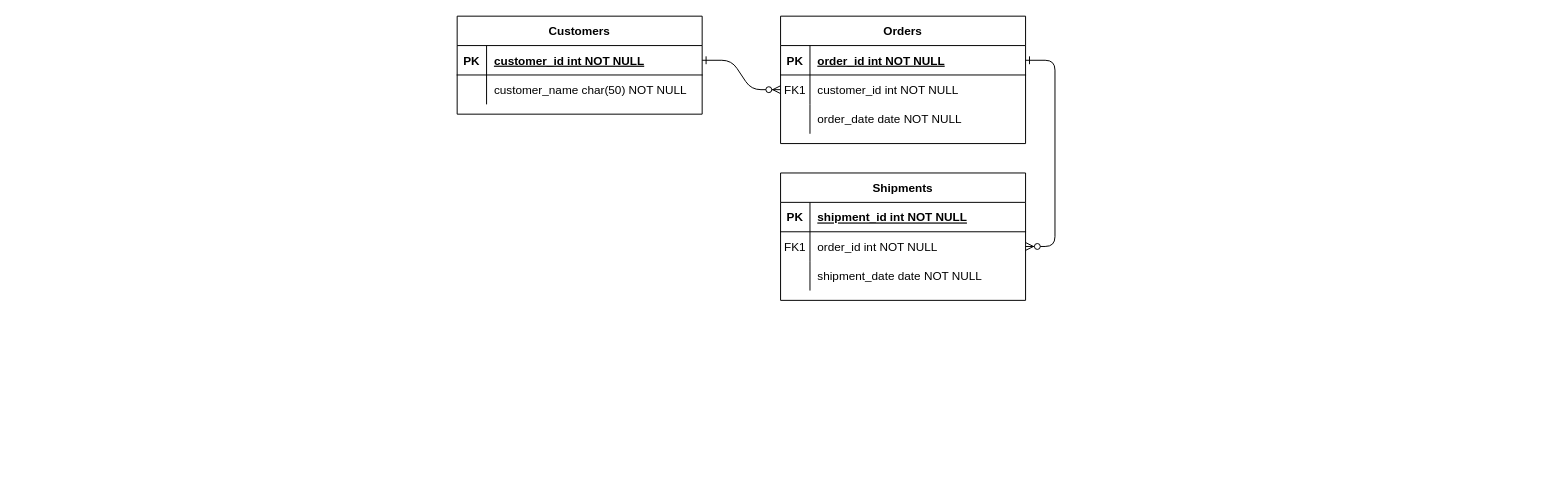
The draw.io diagram erd/Untitled Diagram.drawio in Adamyr159/Sistem-Stok-Barang-Tape-Uli, before the edit. Source tidied: cells renumbered, new cells numbered last; positions are measured from the earlier drawing's top-left corner, leaving out a move shared by most shapes. Both pictures are drawn from the tidied source at 98%, with x=0, y=0 at pixel (457, 16).
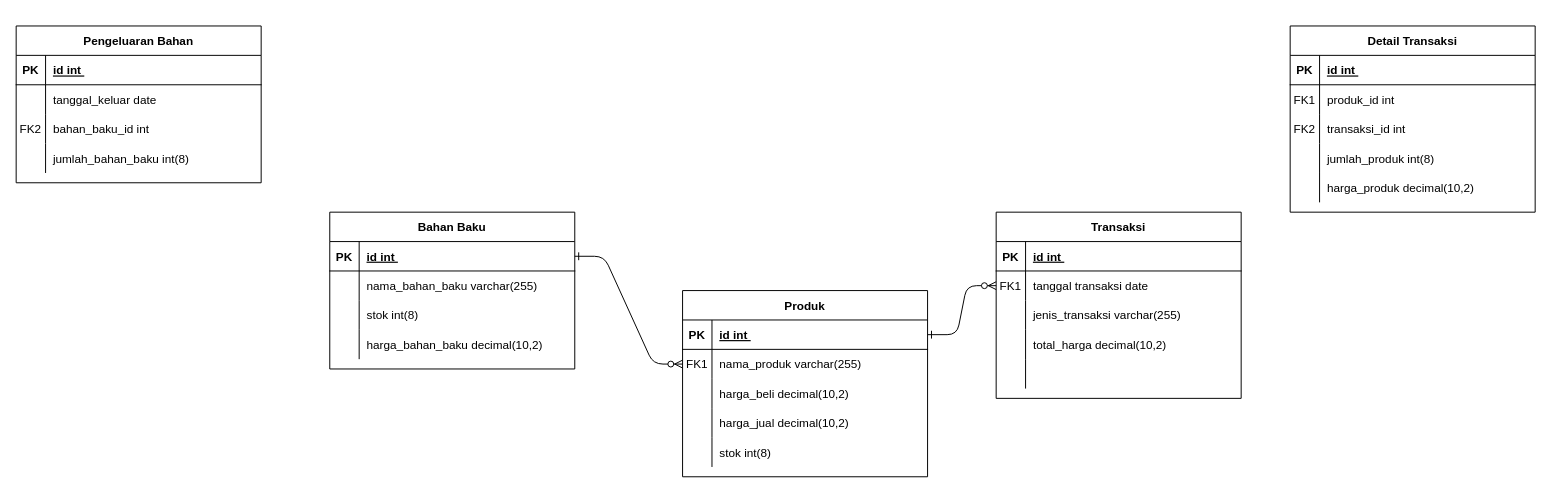
Above is the later version.

The change refers to these unchanged cells:
```xml
<mxCell id="5" style="shape=partialRectangle;fillColor=none;points=[[0,0.5],[1,0.5]];portConstraint=eastwest;top=0;left=0;right=0;bottom=1;" parent="4" vertex="1">
  <mxGeometry y="30" width="250" height="30" as="geometry" />
</mxCell>
<mxCell id="8" style="shape=partialRectangle;fillColor=none;points=[[0,0.5],[1,0.5]];portConstraint=eastwest;top=0;left=0;right=0;bottom=0;" parent="4" vertex="1">
  <mxGeometry y="60" width="250" height="30" as="geometry" />
</mxCell>
<mxCell id="11" style="shape=partialRectangle;fillColor=none;top=0;left=0;right=0;bottom=0;" parent="4" vertex="1">
  <mxGeometry y="90" width="250" height="30" as="geometry" />
</mxCell>
<mxCell id="15" style="shape=partialRectangle;fillColor=none;top=0;left=0;right=0;bottom=1;" parent="14" vertex="1">
  <mxGeometry y="30" width="250" height="30" as="geometry" />
</mxCell>
<mxCell id="18" style="shape=partialRectangle;fillColor=none;points=[[0,0.5],[1,0.5]];portConstraint=eastwest;top=0;left=0;right=0;bottom=0;" parent="14" vertex="1">
  <mxGeometry y="60" width="250" height="30" as="geometry" />
</mxCell>
<mxCell id="25" style="shape=partialRectangle;fillColor=none;points=[[0,0.5],[1,0.5]];portConstraint=eastwest;top=0;left=0;right=0;bottom=1;" parent="24" vertex="1">
  <mxGeometry y="30" width="250" height="30" as="geometry" />
</mxCell>
<mxCell id="28" style="shape=partialRectangle;fillColor=none;top=0;left=0;right=0;bottom=0;" parent="24" vertex="1">
  <mxGeometry y="60" width="250" height="30" as="geometry" />
</mxCell>
```

Change to the diagram source:
```diff
@@
-    <mxCell id="4" value="Orders" style="shape=table;startSize=30;childLayout=tableLayout;rowLines=0;fontStyle=1;align=center;" parent="1" vertex="1">
-      <mxGeometry x="330" width="250" height="130" as="geometry" />
+    <mxCell id="4" value="Produk" style="shape=table;startSize=30;childLayout=tableLayout;rowLines=0;fontStyle=1;align=center;" parent="1" vertex="1">
+      <mxGeometry x="230" y="280" width="250" height="190" as="geometry" />
     </mxCell>
@@
-    <mxCell id="7" value="order_id int NOT NULL " style="shape=partialRectangle;overflow=hidden;fillColor=none;top=0;left=0;bottom=0;right=0;align=left;spacingLeft=6;fontStyle=5;" parent="5" vertex="1">
+    <mxCell id="7" value="id int " style="shape=partialRectangle;overflow=hidden;fillColor=none;top=0;left=0;bottom=0;right=0;align=left;spacingLeft=6;fontStyle=5;" parent="5" vertex="1">
       <mxGeometry x="30" width="220" height="30" as="geometry" />
     </mxCell>
@@
-    <mxCell id="10" value="customer_id int NOT NULL" style="shape=partialRectangle;overflow=hidden;fillColor=none;top=0;left=0;bottom=0;right=0;align=left;spacingLeft=6;" parent="8" vertex="1">
+    <mxCell id="10" value="nama_produk varchar(255)" style="shape=partialRectangle;overflow=hidden;fillColor=none;top=0;left=0;bottom=0;right=0;align=left;spacingLeft=6;" parent="8" vertex="1">
       <mxGeometry x="30" width="220" height="30" as="geometry" />
     </mxCell>
@@
-    <mxCell id="13" value="order_date date NOT NULL" style="shape=partialRectangle;overflow=hidden;fillColor=none;top=0;left=0;bottom=0;right=0;align=left;spacingLeft=6;" parent="11" vertex="1">
+    <mxCell id="13" value="harga_beli decimal(10,2)" style="shape=partialRectangle;overflow=hidden;fillColor=none;top=0;left=0;bottom=0;right=0;align=left;spacingLeft=6;" parent="11" vertex="1">
       <mxGeometry x="30" width="220" height="30" as="geometry" />
     </mxCell>
+    <mxCell id="31" style="shape=partialRectangle;fillColor=none;top=0;left=0;right=0;bottom=0;" parent="4" vertex="1">
+      <mxGeometry y="120" width="250" height="30" as="geometry" />
+    </mxCell>
+    <mxCell id="32" style="shape=partialRectangle;overflow=hidden;fillColor=none;top=0;left=0;bottom=0;right=0;" parent="31" vertex="1">
+      <mxGeometry width="30" height="30" as="geometry" />
+    </mxCell>
+    <mxCell id="33" value="harga_jual decimal(10,2)" style="shape=partialRectangle;overflow=hidden;fillColor=none;top=0;left=0;bottom=0;right=0;align=left;spacingLeft=6;" parent="31" vertex="1">
+      <mxGeometry x="30" width="220" height="30" as="geometry" />
+    </mxCell>
+    <mxCell id="34" style="shape=partialRectangle;fillColor=none;top=0;left=0;right=0;bottom=0;" parent="4" vertex="1">
+      <mxGeometry y="150" width="250" height="30" as="geometry" />
+    </mxCell>
+    <mxCell id="35" style="shape=partialRectangle;overflow=hidden;fillColor=none;top=0;left=0;bottom=0;right=0;" parent="34" vertex="1">
+      <mxGeometry width="30" height="30" as="geometry" />
+    </mxCell>
+    <mxCell id="36" value="stok int(8)" style="shape=partialRectangle;overflow=hidden;fillColor=none;top=0;left=0;bottom=0;right=0;align=left;spacingLeft=6;" parent="34" vertex="1">
+      <mxGeometry x="30" width="220" height="30" as="geometry" />
+    </mxCell>
-    <mxCell id="14" value="Shipments" style="shape=table;startSize=30;childLayout=tableLayout;rowLines=0;fontStyle=1;align=center;" parent="1" vertex="1">
-      <mxGeometry x="330" y="160" width="250" height="130" as="geometry" />
+    <mxCell id="14" value="Transaksi" style="shape=table;startSize=30;childLayout=tableLayout;rowLines=0;fontStyle=1;align=center;" parent="1" vertex="1">
+      <mxGeometry x="550" y="200" width="250" height="190" as="geometry" />
     </mxCell>
@@
-    <mxCell id="17" value="shipment_id int NOT NULL " style="shape=partialRectangle;overflow=hidden;fillColor=none;top=0;left=0;bottom=0;right=0;align=left;spacingLeft=6;fontStyle=5;" parent="15" vertex="1">
+    <mxCell id="17" value="id int " style="shape=partialRectangle;overflow=hidden;fillColor=none;top=0;left=0;bottom=0;right=0;align=left;spacingLeft=6;fontStyle=5;" parent="15" vertex="1">
       <mxGeometry x="30" width="220" height="30" as="geometry" />
     </mxCell>
@@
-    <mxCell id="20" value="order_id int NOT NULL" style="shape=partialRectangle;overflow=hidden;fillColor=none;top=0;left=0;bottom=0;right=0;align=left;spacingLeft=6;" parent="18" vertex="1">
+    <mxCell id="20" value="tanggal transaksi date " style="shape=partialRectangle;overflow=hidden;fillColor=none;top=0;left=0;bottom=0;right=0;align=left;spacingLeft=6;" parent="18" vertex="1">
       <mxGeometry x="30" width="220" height="30" as="geometry" />
     </mxCell>
+    <mxCell id="37" style="shape=partialRectangle;fillColor=none;top=0;left=0;right=0;bottom=0;" parent="14" vertex="1">
+      <mxGeometry y="90" width="250" height="30" as="geometry" />
+    </mxCell>
+    <mxCell id="38" style="shape=partialRectangle;overflow=hidden;fillColor=none;top=0;left=0;bottom=0;right=0;" parent="37" vertex="1">
+      <mxGeometry width="30" height="30" as="geometry" />
+    </mxCell>
+    <mxCell id="39" value="jenis_transaksi varchar(255)" style="shape=partialRectangle;overflow=hidden;fillColor=none;top=0;left=0;bottom=0;right=0;align=left;spacingLeft=6;" parent="37" vertex="1">
+      <mxGeometry x="30" width="220" height="30" as="geometry" />
+    </mxCell>
+    <mxCell id="40" style="shape=partialRectangle;fillColor=none;top=0;left=0;right=0;bottom=0;" parent="14" vertex="1">
+      <mxGeometry y="120" width="250" height="30" as="geometry" />
+    </mxCell>
+    <mxCell id="41" style="shape=partialRectangle;overflow=hidden;fillColor=none;top=0;left=0;bottom=0;right=0;" parent="40" vertex="1">
+      <mxGeometry width="30" height="30" as="geometry" />
+    </mxCell>
+    <mxCell id="42" value="total_harga decimal(10,2)" style="shape=partialRectangle;overflow=hidden;fillColor=none;top=0;left=0;bottom=0;right=0;align=left;spacingLeft=6;" parent="40" vertex="1">
+      <mxGeometry x="30" width="220" height="30" as="geometry" />
+    </mxCell>
     <mxCell id="21" style="shape=partialRectangle;fillColor=none;top=0;left=0;right=0;bottom=0;" parent="14" vertex="1">
-      <mxGeometry y="90" width="250" height="30" as="geometry" />
+      <mxGeometry y="150" width="250" height="30" as="geometry" />
     </mxCell>
@@
-    <mxCell id="23" value="shipment_date date NOT NULL" style="shape=partialRectangle;overflow=hidden;fillColor=none;top=0;left=0;bottom=0;right=0;align=left;spacingLeft=6;" parent="21" vertex="1">
+    <mxCell id="23" style="shape=partialRectangle;overflow=hidden;fillColor=none;top=0;left=0;bottom=0;right=0;align=left;spacingLeft=6;" parent="21" vertex="1">
       <mxGeometry x="30" width="220" height="30" as="geometry" />
     </mxCell>
-    <mxCell id="24" value="Customers" style="shape=table;startSize=30;childLayout=tableLayout;rowLines=0;fontStyle=1;align=center;" parent="1" vertex="1">
-      <mxGeometry width="250" height="100" as="geometry" />
+    <mxCell id="24" value="Bahan Baku" style="shape=table;startSize=30;childLayout=tableLayout;rowLines=0;fontStyle=1;align=center;" parent="1" vertex="1">
+      <mxGeometry x="-130" y="200" width="250" height="160" as="geometry" />
     </mxCell>
@@
-    <mxCell id="27" value="customer_id int NOT NULL " style="shape=partialRectangle;overflow=hidden;fillColor=none;top=0;left=0;bottom=0;right=0;align=left;spacingLeft=6;fontStyle=5;" parent="25" vertex="1">
+    <mxCell id="27" value="id int " style="shape=partialRectangle;overflow=hidden;fillColor=none;top=0;left=0;bottom=0;right=0;align=left;spacingLeft=6;fontStyle=5;" parent="25" vertex="1">
       <mxGeometry x="30" width="220" height="30" as="geometry" />
     </mxCell>
@@
-    <mxCell id="30" value="customer_name char(50) NOT NULL" style="shape=partialRectangle;overflow=hidden;fillColor=none;top=0;left=0;bottom=0;right=0;align=left;spacingLeft=6;" parent="28" vertex="1">
+    <mxCell id="30" value="nama_bahan_baku varchar(255)" style="shape=partialRectangle;overflow=hidden;fillColor=none;top=0;left=0;bottom=0;right=0;align=left;spacingLeft=6;" parent="28" vertex="1">
       <mxGeometry x="30" width="220" height="30" as="geometry" />
     </mxCell>
+    <mxCell id="43" style="shape=partialRectangle;fillColor=none;top=0;left=0;right=0;bottom=0;" parent="24" vertex="1">
+      <mxGeometry y="90" width="250" height="30" as="geometry" />
+    </mxCell>
+    <mxCell id="44" style="shape=partialRectangle;overflow=hidden;fillColor=none;top=0;left=0;bottom=0;right=0;" parent="43" vertex="1">
+      <mxGeometry width="30" height="30" as="geometry" />
+    </mxCell>
+    <mxCell id="45" value="stok int(8)" style="shape=partialRectangle;overflow=hidden;fillColor=none;top=0;left=0;bottom=0;right=0;align=left;spacingLeft=6;" parent="43" vertex="1">
+      <mxGeometry x="30" width="220" height="30" as="geometry" />
+    </mxCell>
+    <mxCell id="46" style="shape=partialRectangle;fillColor=none;top=0;left=0;right=0;bottom=0;" parent="24" vertex="1">
+      <mxGeometry y="120" width="250" height="30" as="geometry" />
+    </mxCell>
+    <mxCell id="47" style="shape=partialRectangle;overflow=hidden;fillColor=none;top=0;left=0;bottom=0;right=0;" parent="46" vertex="1">
+      <mxGeometry width="30" height="30" as="geometry" />
+    </mxCell>
+    <mxCell id="48" value="harga_bahan_baku decimal(10,2)" style="shape=partialRectangle;overflow=hidden;fillColor=none;top=0;left=0;bottom=0;right=0;align=left;spacingLeft=6;" parent="46" vertex="1">
+      <mxGeometry x="30" width="220" height="30" as="geometry" />
+    </mxCell>
+    <mxCell id="49" style="group;" parent="1" vertex="1">
+      <mxGeometry x="850" y="10" width="250" height="190" as="geometry" />
+    </mxCell>
+    <mxCell id="50" value="Detail Transaksi" style="shape=table;startSize=30;childLayout=tableLayout;rowLines=0;fontStyle=1;align=center;" parent="49" vertex="1">
+      <mxGeometry width="250" height="190" as="geometry" />
+    </mxCell>
+    <mxCell id="51" style="shape=partialRectangle;fillColor=none;top=0;left=0;right=0;bottom=1;" parent="50" vertex="1">
+      <mxGeometry y="30" width="250" height="30" as="geometry" />
+    </mxCell>
+    <mxCell id="52" value="PK" style="shape=partialRectangle;overflow=hidden;fillColor=none;top=0;left=0;bottom=0;right=0;fontStyle=1;" parent="51" vertex="1">
+      <mxGeometry width="30" height="30" as="geometry" />
+    </mxCell>
+    <mxCell id="53" value="id int " style="shape=partialRectangle;overflow=hidden;fillColor=none;top=0;left=0;bottom=0;right=0;align=left;spacingLeft=6;fontStyle=5;" parent="51" vertex="1">
+      <mxGeometry x="30" width="220" height="30" as="geometry" />
+    </mxCell>
+    <mxCell id="54" style="shape=partialRectangle;fillColor=none;top=0;left=0;right=0;bottom=0;" parent="50" vertex="1">
+      <mxGeometry y="60" width="250" height="30" as="geometry" />
+    </mxCell>
+    <mxCell id="55" value="FK1" style="shape=partialRectangle;overflow=hidden;fillColor=none;top=0;left=0;bottom=0;right=0;" parent="54" vertex="1">
+      <mxGeometry width="30" height="30" as="geometry" />
+    </mxCell>
+    <mxCell id="56" value="produk_id int" style="shape=partialRectangle;overflow=hidden;fillColor=none;top=0;left=0;bottom=0;right=0;align=left;spacingLeft=6;" parent="54" vertex="1">
+      <mxGeometry x="30" width="220" height="30" as="geometry" />
+    </mxCell>
+    <mxCell id="57" style="shape=partialRectangle;fillColor=none;top=0;left=0;right=0;bottom=0;" parent="50" vertex="1">
+      <mxGeometry y="90" width="250" height="30" as="geometry" />
+    </mxCell>
+    <mxCell id="58" style="shape=partialRectangle;overflow=hidden;fillColor=none;top=0;left=0;bottom=0;right=0;" parent="57" vertex="1">
+      <mxGeometry width="30" height="30" as="geometry" />
+    </mxCell>
+    <mxCell id="59" value="transaksi_id int" style="shape=partialRectangle;overflow=hidden;fillColor=none;top=0;left=0;bottom=0;right=0;align=left;spacingLeft=6;" parent="57" vertex="1">
+      <mxGeometry x="30" width="220" height="30" as="geometry" />
+    </mxCell>
+    <mxCell id="60" style="shape=partialRectangle;fillColor=none;top=0;left=0;right=0;bottom=0;" parent="50" vertex="1">
+      <mxGeometry y="120" width="250" height="30" as="geometry" />
+    </mxCell>
+    <mxCell id="61" style="shape=partialRectangle;overflow=hidden;fillColor=none;top=0;left=0;bottom=0;right=0;" parent="60" vertex="1">
+      <mxGeometry width="30" height="30" as="geometry" />
+    </mxCell>
+    <mxCell id="62" value="jumlah_produk int(8)" style="shape=partialRectangle;overflow=hidden;fillColor=none;top=0;left=0;bottom=0;right=0;align=left;spacingLeft=6;" parent="60" vertex="1">
+      <mxGeometry x="30" width="220" height="30" as="geometry" />
+    </mxCell>
+    <mxCell id="63" style="shape=partialRectangle;fillColor=none;top=0;left=0;right=0;bottom=0;" parent="50" vertex="1">
+      <mxGeometry y="150" width="250" height="30" as="geometry" />
+    </mxCell>
+    <mxCell id="64" style="shape=partialRectangle;overflow=hidden;fillColor=none;top=0;left=0;bottom=0;right=0;" parent="63" vertex="1">
+      <mxGeometry width="30" height="30" as="geometry" />
+    </mxCell>
+    <mxCell id="65" value="harga_produk decimal(10,2)" style="shape=partialRectangle;overflow=hidden;fillColor=none;top=0;left=0;bottom=0;right=0;align=left;spacingLeft=6;" parent="63" vertex="1">
+      <mxGeometry x="30" width="220" height="30" as="geometry" />
+    </mxCell>
+    <mxCell id="66" value="FK2" style="shape=partialRectangle;overflow=hidden;fillColor=none;top=0;left=0;bottom=0;right=0;" parent="49" vertex="1">
+      <mxGeometry y="90" width="30" height="30" as="geometry" />
+    </mxCell>
+    <mxCell id="67" style="group;" parent="1" vertex="1">
+      <mxGeometry x="-450" y="10" width="250" height="160" as="geometry" />
+    </mxCell>
+    <mxCell id="68" value="Pengeluaran Bahan" style="shape=table;startSize=30;childLayout=tableLayout;rowLines=0;fontStyle=1;align=center;" parent="67" vertex="1">
+      <mxGeometry width="250" height="160" as="geometry" />
+    </mxCell>
+    <mxCell id="69" style="shape=partialRectangle;fillColor=none;top=0;left=0;right=0;bottom=1;" parent="68" vertex="1">
+      <mxGeometry y="30" width="250" height="30" as="geometry" />
+    </mxCell>
+    <mxCell id="70" value="PK" style="shape=partialRectangle;overflow=hidden;fillColor=none;top=0;left=0;bottom=0;right=0;fontStyle=1;" parent="69" vertex="1">
+      <mxGeometry width="30" height="30" as="geometry" />
+    </mxCell>
+    <mxCell id="71" value="id int " style="shape=partialRectangle;overflow=hidden;fillColor=none;top=0;left=0;bottom=0;right=0;align=left;spacingLeft=6;fontStyle=5;" parent="69" vertex="1">
+      <mxGeometry x="30" width="220" height="30" as="geometry" />
+    </mxCell>
+    <mxCell id="72" style="shape=partialRectangle;fillColor=none;top=0;left=0;right=0;bottom=0;" parent="68" vertex="1">
+      <mxGeometry y="60" width="250" height="30" as="geometry" />
+    </mxCell>
+    <mxCell id="73" style="shape=partialRectangle;overflow=hidden;fillColor=none;top=0;left=0;bottom=0;right=0;" parent="72" vertex="1">
+      <mxGeometry width="30" height="30" as="geometry" />
+    </mxCell>
+    <mxCell id="74" value="tanggal_keluar date" style="shape=partialRectangle;overflow=hidden;fillColor=none;top=0;left=0;bottom=0;right=0;align=left;spacingLeft=6;" parent="72" vertex="1">
+      <mxGeometry x="30" width="220" height="30" as="geometry" />
+    </mxCell>
+    <mxCell id="75" style="shape=partialRectangle;fillColor=none;top=0;left=0;right=0;bottom=0;" parent="68" vertex="1">
+      <mxGeometry y="90" width="250" height="30" as="geometry" />
+    </mxCell>
+    <mxCell id="76" style="shape=partialRectangle;overflow=hidden;fillColor=none;top=0;left=0;bottom=0;right=0;" parent="75" vertex="1">
+      <mxGeometry width="30" height="30" as="geometry" />
+    </mxCell>
+    <mxCell id="77" value="bahan_baku_id int" style="shape=partialRectangle;overflow=hidden;fillColor=none;top=0;left=0;bottom=0;right=0;align=left;spacingLeft=6;" parent="75" vertex="1">
+      <mxGeometry x="30" width="220" height="30" as="geometry" />
+    </mxCell>
+    <mxCell id="78" style="shape=partialRectangle;fillColor=none;top=0;left=0;right=0;bottom=0;" parent="68" vertex="1">
+      <mxGeometry y="120" width="250" height="30" as="geometry" />
+    </mxCell>
+    <mxCell id="79" style="shape=partialRectangle;overflow=hidden;fillColor=none;top=0;left=0;bottom=0;right=0;" parent="78" vertex="1">
+      <mxGeometry width="30" height="30" as="geometry" />
+    </mxCell>
+    <mxCell id="80" value="jumlah_bahan_baku int(8)" style="shape=partialRectangle;overflow=hidden;fillColor=none;top=0;left=0;bottom=0;right=0;align=left;spacingLeft=6;" parent="78" vertex="1">
+      <mxGeometry x="30" width="220" height="30" as="geometry" />
+    </mxCell>
+    <mxCell id="81" value="FK2" style="shape=partialRectangle;overflow=hidden;fillColor=none;top=0;left=0;bottom=0;right=0;" parent="67" vertex="1">
+      <mxGeometry y="90" width="30" height="30" as="geometry" />
+    </mxCell>
```
